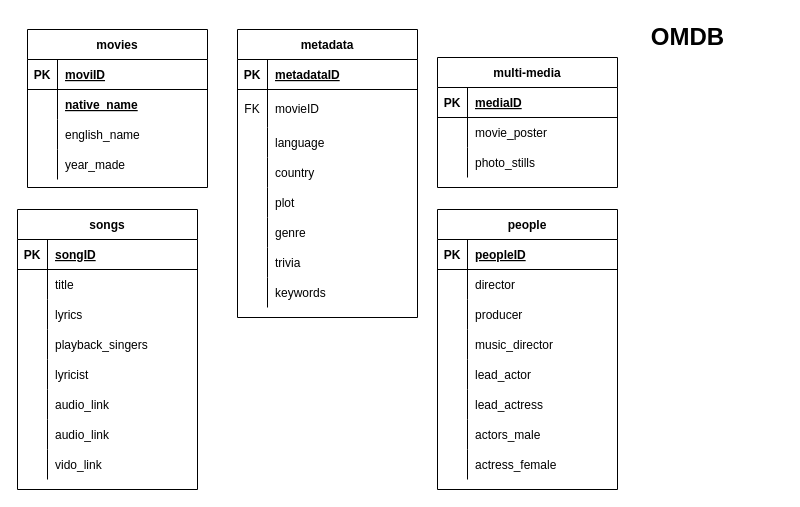
This is OMDB_Diagram.drawio from Metro-state/ICS311-group-project, a draw.io file, before an edit. Source tidied: cells renumbered, new cells numbered last; positions are measured from the earlier drawing's top-left corner, leaving out a move shared by most shapes. Both pictures are drawn from the tidied source at 100%, with x=0, y=0 at pixel (17, 17).
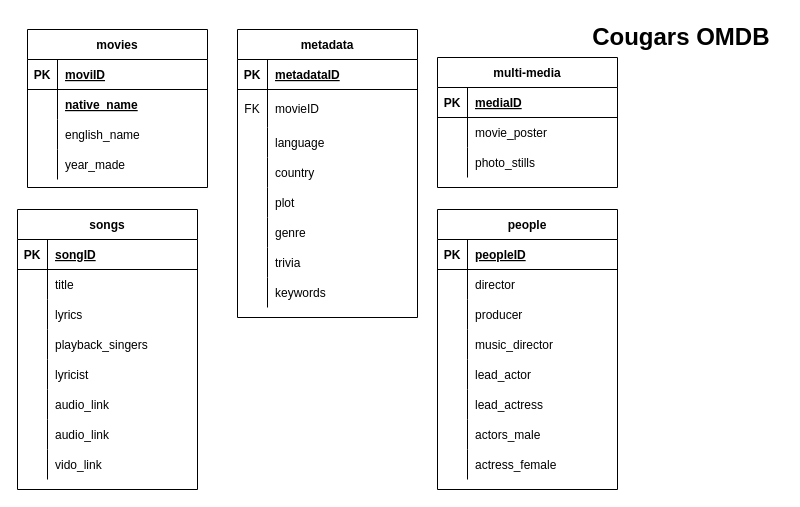
The same diagram, later.

Change to the diagram source:
```diff
@@
-    <mxCell id="2" value="OMDB" style="text;strokeColor=none;fillColor=none;html=1;fontSize=24;fontStyle=1;verticalAlign=middle;align=center;" parent="1" vertex="1">
+    <mxCell id="2" value="Cougars OMDB&amp;nbsp;&amp;nbsp;" style="text;strokeColor=none;fillColor=none;html=1;fontSize=24;fontStyle=1;verticalAlign=middle;align=center;" parent="1" vertex="1">
       <mxGeometry x="620" width="100" height="40" as="geometry" />
     </mxCell>
```
